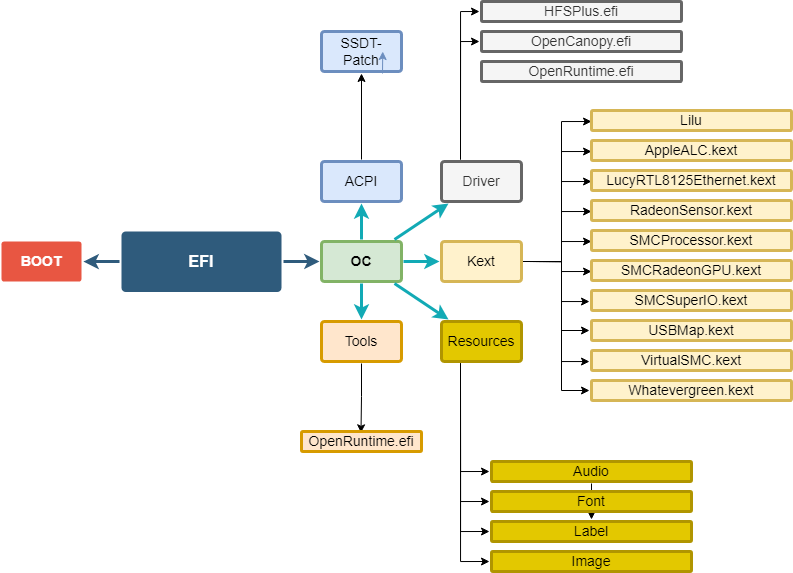
Before: EFI.png, a diagram exported from draw.io (iamyounix/msimagb460_tomahawk). Source tidied: cells renumbered, new cells last; positions are measured from the earlier drawing's top-left corner, leaving out a move shared by most shapes.
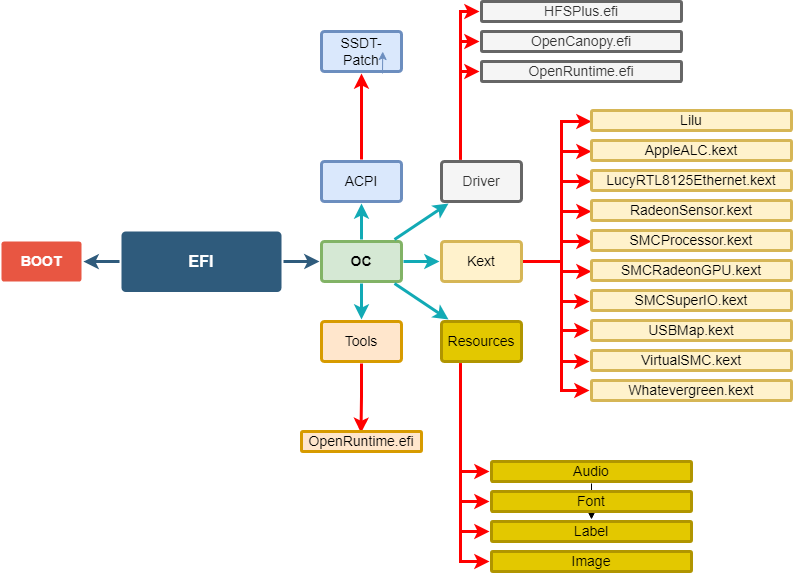
Above is the later version.

The edit, as a diff of the source:
```diff
@@ -17,21 +17,21 @@
     <mxCell id="6" value="OC" style="rounded=1;whiteSpace=wrap;html=1;shadow=0;labelBackgroundColor=none;strokeColor=#82b366;strokeWidth=3;fillColor=#d5e8d4;fontFamily=Helvetica;fontSize=14;align=center;spacing=5;fontStyle=1;arcSize=7;perimeterSpacing=2;" parent="1" vertex="1">
       <mxGeometry x="320" y="240" width="80" height="40" as="geometry" />
     </mxCell>
-    <mxCell id="7" style="edgeStyle=orthogonalEdgeStyle;rounded=0;jettySize=auto;html=1;exitX=0.25;exitY=1;exitDx=0;exitDy=0;entryX=0;entryY=0.5;entryDx=0;entryDy=0;" parent="1" edge="1" source="11" target="53">
+    <mxCell id="7" style="edgeStyle=orthogonalEdgeStyle;rounded=0;jettySize=auto;html=1;exitX=0.25;exitY=1;exitDx=0;exitDy=0;entryX=0;entryY=0.5;entryDx=0;entryDy=0;strokeColor=#FF0000;strokeWidth=3;" parent="1" edge="1" source="11" target="53">
       <mxGeometry relative="1" as="geometry">
         <Array as="points">
           <mxPoint x="459" y="560" />
         </Array>
       </mxGeometry>
     </mxCell>
-    <mxCell id="8" style="edgeStyle=orthogonalEdgeStyle;rounded=0;jettySize=auto;html=1;exitX=0.25;exitY=1;exitDx=0;exitDy=0;entryX=0;entryY=0.5;entryDx=0;entryDy=0;" parent="1" edge="1" source="11" target="52">
+    <mxCell id="8" style="edgeStyle=orthogonalEdgeStyle;rounded=0;jettySize=auto;html=1;exitX=0.25;exitY=1;exitDx=0;exitDy=0;entryX=0;entryY=0.5;entryDx=0;entryDy=0;strokeColor=#FF0000;strokeWidth=3;" parent="1" edge="1" source="11" target="52">
       <mxGeometry relative="1" as="geometry">
         <Array as="points">
           <mxPoint x="459" y="530" />
         </Array>
       </mxGeometry>
     </mxCell>
-    <mxCell id="9" style="edgeStyle=orthogonalEdgeStyle;rounded=0;jettySize=auto;html=1;exitX=0.25;exitY=1;exitDx=0;exitDy=0;" parent="1" edge="1" source="11">
+    <mxCell id="9" style="edgeStyle=orthogonalEdgeStyle;rounded=0;jettySize=auto;html=1;exitX=0.25;exitY=1;exitDx=0;exitDy=0;strokeColor=#FF0000;strokeWidth=3;" parent="1" edge="1" source="11">
       <mxGeometry relative="1" as="geometry">
         <mxPoint x="488" y="500" as="targetPoint" />
         <Array as="points">
@@ -39,7 +39,7 @@
         </Array>
       </mxGeometry>
     </mxCell>
-    <mxCell id="10" style="edgeStyle=orthogonalEdgeStyle;rounded=0;jettySize=auto;html=1;exitX=0.25;exitY=1;exitDx=0;exitDy=0;entryX=0;entryY=0.5;entryDx=0;entryDy=0;" parent="1" edge="1" source="11" target="50">
+    <mxCell id="10" style="edgeStyle=orthogonalEdgeStyle;rounded=0;jettySize=auto;html=1;exitX=0.25;exitY=1;exitDx=0;exitDy=0;entryX=0;entryY=0.5;entryDx=0;entryDy=0;strokeColor=#FF0000;strokeWidth=3;" parent="1" edge="1" source="11" target="50">
       <mxGeometry relative="1" as="geometry">
         <Array as="points">
           <mxPoint x="459" y="470" />
@@ -52,7 +52,7 @@
     <mxCell id="12" style="edgeStyle=none;rounded=1;jumpStyle=none;html=1;shadow=0;labelBackgroundColor=none;startArrow=none;startFill=0;jettySize=auto;strokeColor=#12AAB5;strokeWidth=3;fontFamily=Helvetica;fontSize=14;fontColor=#FFFFFF;spacing=5;fontStyle=1;fillColor=#b0e3e6;" parent="1" edge="1" source="6" target="11">
       <mxGeometry relative="1" as="geometry" />
     </mxCell>
-    <mxCell id="13" style="edgeStyle=orthogonalEdgeStyle;rounded=0;jettySize=auto;html=1;exitX=1;exitY=0.5;exitDx=0;exitDy=0;entryX=0;entryY=0.5;entryDx=0;entryDy=0;" parent="1" edge="1" source="23" target="44">
+    <mxCell id="13" style="edgeStyle=orthogonalEdgeStyle;rounded=0;jettySize=auto;html=1;exitX=1;exitY=0.5;exitDx=0;exitDy=0;entryX=0;entryY=0.5;entryDx=0;entryDy=0;strokeColor=#FF0000;strokeWidth=3;" parent="1" edge="1" source="23" target="44">
       <mxGeometry relative="1" as="geometry">
         <Array as="points">
           <mxPoint x="560" y="260" />
@@ -60,7 +60,7 @@
         </Array>
       </mxGeometry>
     </mxCell>
-    <mxCell id="14" style="edgeStyle=orthogonalEdgeStyle;rounded=0;jettySize=auto;html=1;exitX=1;exitY=0.5;exitDx=0;exitDy=0;" parent="1" edge="1" source="23">
+    <mxCell id="14" style="edgeStyle=orthogonalEdgeStyle;rounded=0;jettySize=auto;html=1;exitX=1;exitY=0.5;exitDx=0;exitDy=0;strokeColor=#FF0000;strokeWidth=3;" parent="1" edge="1" source="23">
       <mxGeometry relative="1" as="geometry">
         <mxPoint x="588" y="360" as="targetPoint" />
         <Array as="points">
@@ -70,7 +70,7 @@
         </Array>
       </mxGeometry>
     </mxCell>
-    <mxCell id="15" style="edgeStyle=orthogonalEdgeStyle;rounded=0;jettySize=auto;html=1;exitX=1;exitY=0.5;exitDx=0;exitDy=0;" parent="1" edge="1" source="23">
+    <mxCell id="15" style="edgeStyle=orthogonalEdgeStyle;rounded=0;jettySize=auto;html=1;exitX=1;exitY=0.5;exitDx=0;exitDy=0;strokeColor=#FF0000;strokeWidth=3;" parent="1" edge="1" source="23">
       <mxGeometry relative="1" as="geometry">
         <mxPoint x="588" y="329" as="targetPoint" />
         <Array as="points">
@@ -80,7 +80,7 @@
         </Array>
       </mxGeometry>
     </mxCell>
-    <mxCell id="16" style="edgeStyle=orthogonalEdgeStyle;rounded=0;jettySize=auto;html=1;exitX=1;exitY=0.5;exitDx=0;exitDy=0;" parent="1" edge="1" source="23">
+    <mxCell id="16" style="edgeStyle=orthogonalEdgeStyle;rounded=0;jettySize=auto;html=1;exitX=1;exitY=0.5;exitDx=0;exitDy=0;strokeColor=#FF0000;strokeWidth=3;" parent="1" edge="1" source="23">
       <mxGeometry relative="1" as="geometry">
         <mxPoint x="588" y="300" as="targetPoint" />
         <Array as="points">
@@ -90,7 +90,7 @@
         </Array>
       </mxGeometry>
     </mxCell>
-    <mxCell id="17" style="edgeStyle=orthogonalEdgeStyle;rounded=0;jettySize=auto;html=1;exitX=1;exitY=0.5;exitDx=0;exitDy=0;entryX=0.01;entryY=0.542;entryDx=0;entryDy=0;entryPerimeter=0;" parent="1" edge="1" source="23" target="40">
+    <mxCell id="17" style="edgeStyle=orthogonalEdgeStyle;rounded=0;jettySize=auto;html=1;exitX=1;exitY=0.5;exitDx=0;exitDy=0;entryX=0.01;entryY=0.542;entryDx=0;entryDy=0;entryPerimeter=0;strokeColor=#FF0000;strokeWidth=3;" parent="1" edge="1" source="23" target="40">
       <mxGeometry relative="1" as="geometry">
         <Array as="points">
           <mxPoint x="560" y="260" />
@@ -98,7 +98,7 @@
         </Array>
       </mxGeometry>
     </mxCell>
-    <mxCell id="18" style="edgeStyle=orthogonalEdgeStyle;rounded=0;jettySize=auto;html=1;exitX=1;exitY=0.5;exitDx=0;exitDy=0;entryX=0.01;entryY=0.542;entryDx=0;entryDy=0;entryPerimeter=0;" parent="1" edge="1" source="23" target="39">
+    <mxCell id="18" style="edgeStyle=orthogonalEdgeStyle;rounded=0;jettySize=auto;html=1;exitX=1;exitY=0.5;exitDx=0;exitDy=0;entryX=0.01;entryY=0.542;entryDx=0;entryDy=0;entryPerimeter=0;strokeColor=#FF0000;strokeWidth=3;" parent="1" edge="1" source="23" target="39">
       <mxGeometry relative="1" as="geometry">
         <Array as="points">
           <mxPoint x="560" y="260" />
@@ -106,7 +106,7 @@
         </Array>
       </mxGeometry>
     </mxCell>
-    <mxCell id="19" style="edgeStyle=orthogonalEdgeStyle;rounded=0;jettySize=auto;html=1;exitX=1;exitY=0.5;exitDx=0;exitDy=0;entryX=0.01;entryY=0.542;entryDx=0;entryDy=0;entryPerimeter=0;" parent="1" edge="1" source="23" target="38">
+    <mxCell id="19" style="edgeStyle=orthogonalEdgeStyle;rounded=0;jettySize=auto;html=1;exitX=1;exitY=0.5;exitDx=0;exitDy=0;entryX=0.01;entryY=0.542;entryDx=0;entryDy=0;entryPerimeter=0;strokeColor=#FF0000;strokeWidth=3;" parent="1" edge="1" source="23" target="38">
       <mxGeometry relative="1" as="geometry">
         <Array as="points">
           <mxPoint x="560" y="260" />
@@ -114,7 +114,7 @@
         </Array>
       </mxGeometry>
     </mxCell>
-    <mxCell id="20" style="edgeStyle=orthogonalEdgeStyle;rounded=0;jettySize=auto;html=1;exitX=1;exitY=0.5;exitDx=0;exitDy=0;entryX=0.01;entryY=0.542;entryDx=0;entryDy=0;entryPerimeter=0;" parent="1" edge="1" source="23" target="37">
+    <mxCell id="20" style="edgeStyle=orthogonalEdgeStyle;rounded=0;jettySize=auto;html=1;exitX=1;exitY=0.5;exitDx=0;exitDy=0;entryX=0.01;entryY=0.542;entryDx=0;entryDy=0;entryPerimeter=0;strokeColor=#FF0000;strokeWidth=3;" parent="1" edge="1" source="23" target="37">
       <mxGeometry relative="1" as="geometry">
         <Array as="points">
           <mxPoint x="560" y="260" />
@@ -122,7 +122,7 @@
         </Array>
       </mxGeometry>
     </mxCell>
-    <mxCell id="21" style="edgeStyle=orthogonalEdgeStyle;rounded=0;jettySize=auto;html=1;exitX=1;exitY=0.5;exitDx=0;exitDy=0;entryX=0.01;entryY=0.542;entryDx=0;entryDy=0;entryPerimeter=0;" parent="1" edge="1" source="23" target="36">
+    <mxCell id="21" style="edgeStyle=orthogonalEdgeStyle;rounded=0;jettySize=auto;html=1;exitX=1;exitY=0.5;exitDx=0;exitDy=0;entryX=0.01;entryY=0.542;entryDx=0;entryDy=0;entryPerimeter=0;strokeColor=#FF0000;strokeWidth=3;" parent="1" edge="1" source="23" target="36">
       <mxGeometry relative="1" as="geometry">
         <Array as="points">
           <mxPoint x="560" y="260" />
@@ -130,7 +130,7 @@
         </Array>
       </mxGeometry>
     </mxCell>
-    <mxCell id="22" style="edgeStyle=orthogonalEdgeStyle;rounded=0;jettySize=auto;html=1;exitX=1;exitY=0.5;exitDx=0;exitDy=0;entryX=0.01;entryY=0.542;entryDx=0;entryDy=0;entryPerimeter=0;" parent="1" edge="1" source="23" target="35">
+    <mxCell id="22" style="edgeStyle=orthogonalEdgeStyle;rounded=0;jettySize=auto;html=1;exitX=1;exitY=0.5;exitDx=0;exitDy=0;entryX=0.01;entryY=0.542;entryDx=0;entryDy=0;entryPerimeter=0;strokeColor=#FF0000;strokeWidth=3;" parent="1" edge="1" source="23" target="35">
       <mxGeometry relative="1" as="geometry">
         <Array as="points">
           <mxPoint x="560" y="260" />
@@ -144,27 +144,34 @@
     <mxCell id="24" style="edgeStyle=none;rounded=1;jumpStyle=none;html=1;shadow=0;labelBackgroundColor=none;startArrow=none;startFill=0;jettySize=auto;strokeColor=#12AAB5;strokeWidth=3;fontFamily=Helvetica;fontSize=14;fontColor=#FFFFFF;spacing=5;fontStyle=1;fillColor=#b0e3e6;" parent="1" edge="1" source="6" target="23">
       <mxGeometry relative="1" as="geometry" />
     </mxCell>
-    <mxCell id="25" style="edgeStyle=orthogonalEdgeStyle;rounded=0;jettySize=auto;html=1;exitX=0.25;exitY=0;exitDx=0;exitDy=0;entryX=0;entryY=0.5;entryDx=0;entryDy=0;" parent="1" edge="1" source="27" target="46">
+    <mxCell id="25" style="edgeStyle=orthogonalEdgeStyle;rounded=0;jettySize=auto;html=1;exitX=0.25;exitY=0;exitDx=0;exitDy=0;entryX=0;entryY=0.5;entryDx=0;entryDy=0;strokeColor=#FF0000;strokeWidth=3;" parent="1" edge="1" source="27" target="46">
       <mxGeometry relative="1" as="geometry">
         <Array as="points">
           <mxPoint x="459" y="40" />
         </Array>
       </mxGeometry>
     </mxCell>
-    <mxCell id="26" style="edgeStyle=orthogonalEdgeStyle;rounded=0;jettySize=auto;html=1;exitX=0.25;exitY=0;exitDx=0;exitDy=0;entryX=0;entryY=0.5;entryDx=0;entryDy=0;" parent="1" edge="1" source="27" target="45">
+    <mxCell id="26" style="edgeStyle=orthogonalEdgeStyle;rounded=0;jettySize=auto;html=1;exitX=0.25;exitY=0;exitDx=0;exitDy=0;entryX=0;entryY=0.5;entryDx=0;entryDy=0;strokeColor=#FF0000;strokeWidth=3;" parent="1" edge="1" source="27" target="45">
       <mxGeometry relative="1" as="geometry">
         <Array as="points">
           <mxPoint x="459" y="10" />
         </Array>
       </mxGeometry>
     </mxCell>
+    <mxCell id="56" style="edgeStyle=orthogonalEdgeStyle;rounded=0;jettySize=auto;html=1;exitX=0.25;exitY=0;exitDx=0;exitDy=0;entryX=0;entryY=0.5;entryDx=0;entryDy=0;strokeColor=#FF0000;strokeWidth=3;" parent="1" edge="1" source="27" target="47">
+      <mxGeometry relative="1" as="geometry">
+        <Array as="points">
+          <mxPoint x="459" y="70" />
+        </Array>
+      </mxGeometry>
+    </mxCell>
     <mxCell id="27" value="Driver" style="rounded=1;whiteSpace=wrap;html=1;shadow=0;labelBackgroundColor=none;strokeColor=#666666;strokeWidth=3;fillColor=#f5f5f5;fontFamily=Helvetica;fontSize=14;fontColor=#333333;align=center;spacing=5;fontStyle=0;arcSize=7;perimeterSpacing=2;" parent="1" vertex="1">
       <mxGeometry x="440" y="160" width="80" height="40" as="geometry" />
     </mxCell>
     <mxCell id="28" style="edgeStyle=none;rounded=1;jumpStyle=none;html=1;shadow=0;labelBackgroundColor=none;startArrow=none;startFill=0;jettySize=auto;strokeColor=#12AAB5;strokeWidth=3;fontFamily=Helvetica;fontSize=14;fontColor=#FFFFFF;spacing=5;fontStyle=1;fillColor=#b0e3e6;" parent="1" edge="1" source="6" target="27">
       <mxGeometry relative="1" as="geometry" />
     </mxCell>
-    <mxCell id="29" style="edgeStyle=orthogonalEdgeStyle;rounded=0;jettySize=auto;html=1;exitX=0.5;exitY=0;exitDx=0;exitDy=0;" parent="1" edge="1" source="30" target="54">
+    <mxCell id="29" style="edgeStyle=orthogonalEdgeStyle;rounded=0;jettySize=auto;html=1;exitX=0.5;exitY=0;exitDx=0;exitDy=0;strokeColor=#FF0000;strokeWidth=3;" parent="1" edge="1" source="30" target="54">
       <mxGeometry relative="1" as="geometry" />
     </mxCell>
     <mxCell id="30" value="ACPI" style="rounded=1;whiteSpace=wrap;html=1;shadow=0;labelBackgroundColor=none;strokeColor=#6c8ebf;strokeWidth=3;fillColor=#dae8fc;fontFamily=Helvetica;fontSize=14;align=center;spacing=5;fontStyle=0;arcSize=7;perimeterSpacing=2;" parent="1" vertex="1">
@@ -173,7 +180,7 @@
     <mxCell id="31" style="edgeStyle=none;rounded=1;jumpStyle=none;html=1;shadow=0;labelBackgroundColor=none;startArrow=none;startFill=0;jettySize=auto;strokeColor=#12AAB5;strokeWidth=3;fontFamily=Helvetica;fontSize=14;fontColor=#FFFFFF;spacing=5;fontStyle=1;fillColor=#b0e3e6;" parent="1" edge="1" source="6" target="30">
       <mxGeometry relative="1" as="geometry" />
     </mxCell>
-    <mxCell id="32" style="edgeStyle=orthogonalEdgeStyle;rounded=0;jettySize=auto;html=1;entryX=0.496;entryY=0.138;entryDx=0;entryDy=0;entryPerimeter=0;" parent="1" edge="1" source="33" target="48">
+    <mxCell id="32" style="edgeStyle=orthogonalEdgeStyle;rounded=0;jettySize=auto;html=1;entryX=0.496;entryY=0.138;entryDx=0;entryDy=0;entryPerimeter=0;strokeColor=#FF0000;strokeWidth=3;" parent="1" edge="1" source="33" target="48">
       <mxGeometry relative="1" as="geometry" />
     </mxCell>
     <mxCell id="33" value="Tools" style="rounded=1;whiteSpace=wrap;html=1;shadow=0;labelBackgroundColor=none;strokeColor=#d79b00;strokeWidth=3;fillColor=#ffe6cc;fontFamily=Helvetica;fontSize=14;align=center;spacing=5;fontStyle=0;arcSize=7;perimeterSpacing=2;" parent="1" vertex="1">
```
